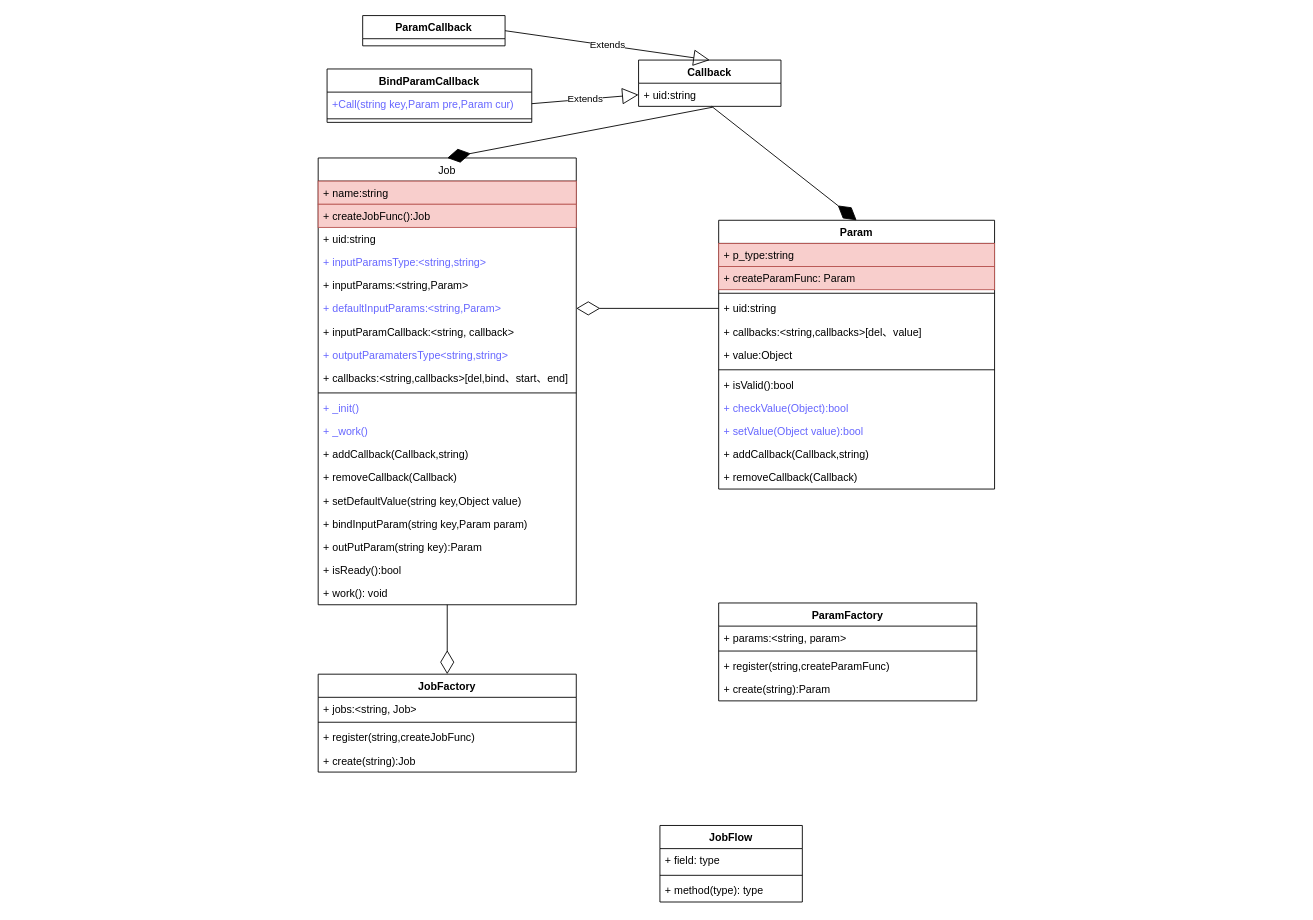
This is t.drawio from GameJim/resources, a draw.io file, before an edit. Source tidied: cells renumbered, new cells numbered last; positions are measured from the earlier drawing's top-left corner, leaving out a move shared by most shapes. Both pictures are drawn from the tidied source at 89%, with x=0, y=0 at pixel (318, 15).
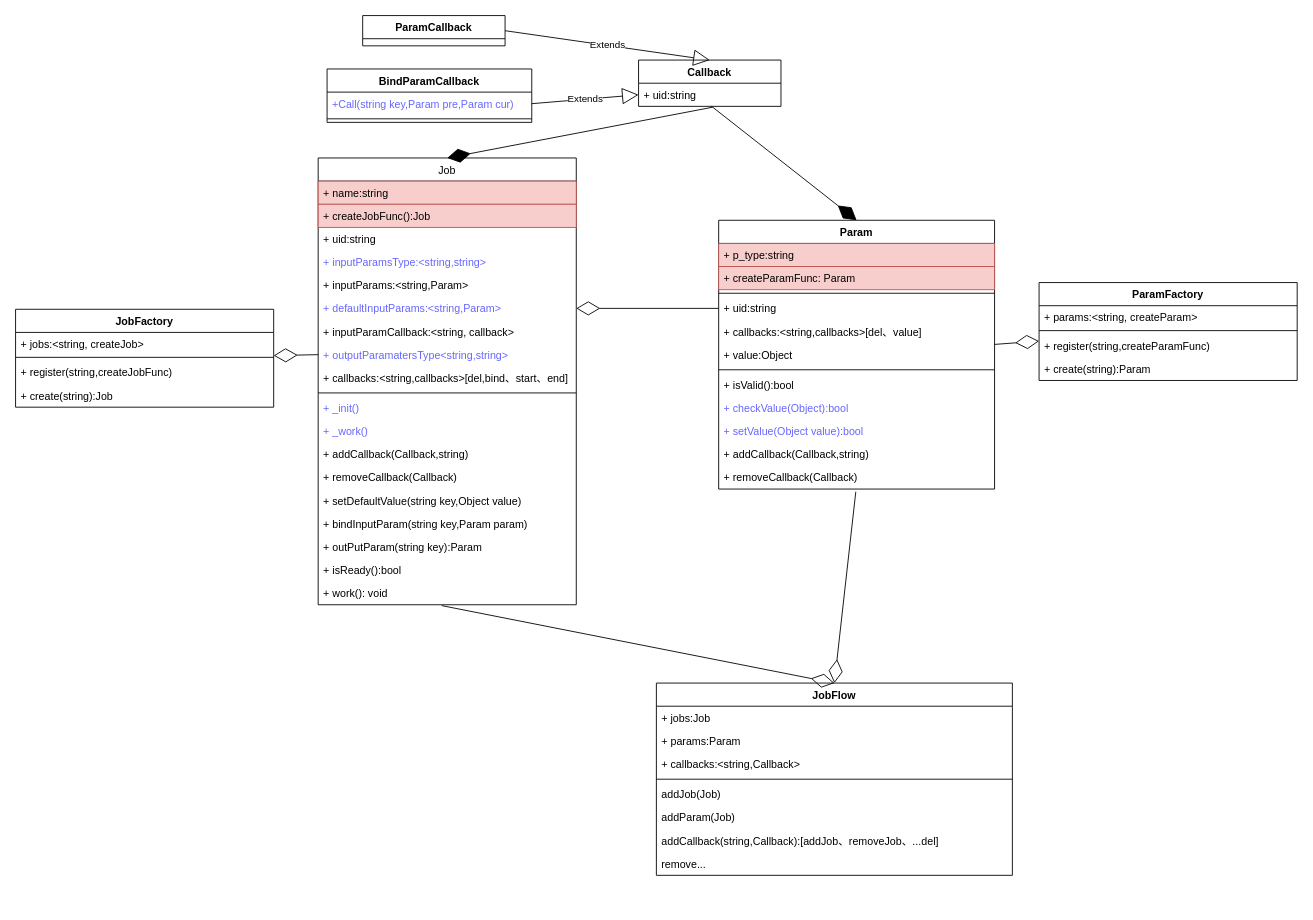
The same diagram, later.

Unchanged cells that the change refers to:
```xml
<mxCell id="10" value="+ outputParamatersType&lt;string,string&gt;" style="text;strokeColor=none;fillColor=none;align=left;verticalAlign=top;spacingLeft=4;spacingRight=4;overflow=hidden;points=[[0,0.5],[1,0.5]];portConstraint=eastwest;fontColor=#6666FF;" parent="2" vertex="1">
  <mxGeometry y="208" width="290" height="26" as="geometry" />
</mxCell>
<mxCell id="21" value="+ work(): void" style="text;strokeColor=none;fillColor=none;align=left;verticalAlign=top;spacingLeft=4;spacingRight=4;overflow=hidden;points=[[0,0.5],[1,0.5]];portConstraint=eastwest;fontColor=#000000;" parent="2" vertex="1">
  <mxGeometry y="476" width="290" height="26" as="geometry" />
</mxCell>
<mxCell id="28" value="+ value:Object" style="text;strokeColor=none;fillColor=none;align=left;verticalAlign=top;spacingLeft=4;spacingRight=4;overflow=hidden;points=[[0,0.5],[1,0.5]];portConstraint=eastwest;fontColor=#000000;" parent="22" vertex="1">
  <mxGeometry y="138" width="310" height="26" as="geometry" />
</mxCell>
<mxCell id="34" value="+ removeCallback(Callback)" style="text;strokeColor=none;fillColor=none;align=left;verticalAlign=top;spacingLeft=4;spacingRight=4;overflow=hidden;points=[[0,0.5],[1,0.5]];portConstraint=eastwest;fontColor=#000000;" parent="22" vertex="1">
  <mxGeometry y="276" width="310" height="26" as="geometry" />
</mxCell>
```

Diff of the diagram source:
```diff
@@
     <mxCell id="45" value="JobFactory" style="swimlane;fontStyle=1;align=center;verticalAlign=top;horizontal=1;startSize=26;fontColor=#000000;fillColor=default;" parent="1" vertex="1">
-      <mxGeometry y="740" width="290" height="110" as="geometry" />
+      <mxGeometry x="-340" y="330" width="290" height="110" as="geometry" />
     </mxCell>
-    <mxCell id="46" value="+ jobs:&lt;string, Job&gt;" style="text;strokeColor=none;fillColor=none;align=left;verticalAlign=top;spacingLeft=4;spacingRight=4;overflow=hidden;fontColor=#000000;" parent="45" vertex="1">
+    <mxCell id="46" value="+ jobs:&lt;string, createJob&gt;" style="text;strokeColor=none;fillColor=none;align=left;verticalAlign=top;spacingLeft=4;spacingRight=4;overflow=hidden;fontColor=#000000;" parent="45" vertex="1">
       <mxGeometry y="26" width="290" height="24" as="geometry" />
     </mxCell>
@@
-    <mxCell id="50" style="endArrow=diamondThin;endFill=0;endSize=24;html=1;rounded=0;fontColor=#6666FF;" parent="1" edge="1" source="21" target="45">
+    <mxCell id="50" style="endArrow=diamondThin;endFill=0;endSize=24;html=1;rounded=0;fontColor=#6666FF;exitX=0;exitY=0.5;exitDx=0;exitDy=0;" parent="1" edge="1" source="10" target="45">
       <mxGeometry relative="1" as="geometry" />
     </mxCell>
     <mxCell id="51" value="ParamFactory" style="swimlane;fontStyle=1;align=center;verticalAlign=top;horizontal=1;startSize=26;fontColor=#000000;fillColor=default;" parent="1" vertex="1">
-      <mxGeometry x="450" y="660" width="290" height="110" as="geometry" />
+      <mxGeometry x="810" y="300" width="290" height="110" as="geometry" />
     </mxCell>
-    <mxCell id="52" value="+ params:&lt;string, param&gt;" style="text;strokeColor=none;fillColor=none;align=left;verticalAlign=top;spacingLeft=4;spacingRight=4;overflow=hidden;fontColor=#000000;" parent="51" vertex="1">
+    <mxCell id="52" value="+ params:&lt;string, createParam&gt;" style="text;strokeColor=none;fillColor=none;align=left;verticalAlign=top;spacingLeft=4;spacingRight=4;overflow=hidden;fontColor=#000000;" parent="51" vertex="1">
       <mxGeometry y="26" width="290" height="24" as="geometry" />
     </mxCell>
@@
     <mxCell id="57" value="JobFlow" style="swimlane;fontStyle=1;align=center;verticalAlign=top;horizontal=1;startSize=26;" parent="1" vertex="1">
-      <mxGeometry x="384" y="910" width="160" height="86" as="geometry" />
+      <mxGeometry x="380" y="750" width="400" height="216" as="geometry" />
     </mxCell>
-    <mxCell id="58" value="+ field: type" style="text;strokeColor=none;fillColor=none;align=left;verticalAlign=top;spacingLeft=4;spacingRight=4;overflow=hidden;" parent="57" vertex="1">
-      <mxGeometry y="26" width="160" height="26" as="geometry" />
+    <mxCell id="58" value="+ jobs:Job" style="text;strokeColor=none;fillColor=none;align=left;verticalAlign=top;spacingLeft=4;spacingRight=4;overflow=hidden;" parent="57" vertex="1">
+      <mxGeometry y="26" width="400" height="26" as="geometry" />
     </mxCell>
+    <mxCell id="61" value="+ params:Param" style="text;strokeColor=none;fillColor=none;align=left;verticalAlign=top;spacingLeft=4;spacingRight=4;overflow=hidden;" parent="57" vertex="1">
+      <mxGeometry y="52" width="400" height="26" as="geometry" />
+    </mxCell>
+    <mxCell id="62" value="+ callbacks:&lt;string,Callback&gt;" style="text;strokeColor=none;fillColor=none;align=left;verticalAlign=top;spacingLeft=4;spacingRight=4;overflow=hidden;" parent="57" vertex="1">
+      <mxGeometry y="78" width="400" height="26" as="geometry" />
+    </mxCell>
     <mxCell id="59" style="line;strokeWidth=1;fillColor=none;align=left;verticalAlign=middle;spacingTop=-1;spacingLeft=3;spacingRight=3;labelPosition=right;" parent="57" vertex="1">
-      <mxGeometry y="52" width="160" height="8" as="geometry" />
+      <mxGeometry y="104" width="400" height="8" as="geometry" />
     </mxCell>
-    <mxCell id="60" value="+ method(type): type" style="text;strokeColor=none;fillColor=none;align=left;verticalAlign=top;spacingLeft=4;spacingRight=4;overflow=hidden;" parent="57" vertex="1">
-      <mxGeometry y="60" width="160" height="26" as="geometry" />
+    <mxCell id="60" value="addJob(Job)" style="text;strokeColor=none;fillColor=none;align=left;verticalAlign=top;spacingLeft=4;spacingRight=4;overflow=hidden;" parent="57" vertex="1">
+      <mxGeometry y="112" width="400" height="26" as="geometry" />
     </mxCell>
+    <mxCell id="63" value="addParam(Job)" style="text;strokeColor=none;fillColor=none;align=left;verticalAlign=top;spacingLeft=4;spacingRight=4;overflow=hidden;" parent="57" vertex="1">
+      <mxGeometry y="138" width="400" height="26" as="geometry" />
+    </mxCell>
+    <mxCell id="64" value="addCallback(string,Callback):[addJob、removeJob、...del]" style="text;strokeColor=none;fillColor=none;align=left;verticalAlign=top;spacingLeft=4;spacingRight=4;overflow=hidden;" parent="57" vertex="1">
+      <mxGeometry y="164" width="400" height="26" as="geometry" />
+    </mxCell>
+    <mxCell id="65" value="remove..." style="text;strokeColor=none;fillColor=none;align=left;verticalAlign=top;spacingLeft=4;spacingRight=4;overflow=hidden;" parent="57" vertex="1">
+      <mxGeometry y="190" width="400" height="26" as="geometry" />
+    </mxCell>
+    <mxCell id="66" style="endArrow=diamondThin;endFill=0;endSize=24;html=1;rounded=0;" parent="1" edge="1" source="28" target="51">
+      <mxGeometry relative="1" as="geometry" />
+    </mxCell>
+    <mxCell id="67" style="endArrow=diamondThin;endFill=0;endSize=24;html=1;rounded=0;exitX=0.479;exitY=1.038;exitDx=0;exitDy=0;exitPerimeter=0;entryX=0.5;entryY=0;entryDx=0;entryDy=0;" parent="1" edge="1" source="21" target="57">
+      <mxGeometry relative="1" as="geometry" />
+    </mxCell>
+    <mxCell id="68" style="endArrow=diamondThin;endFill=0;endSize=24;html=1;rounded=0;exitX=0.497;exitY=1.115;exitDx=0;exitDy=0;exitPerimeter=0;entryX=0.5;entryY=0;entryDx=0;entryDy=0;" parent="1" edge="1" source="34" target="57">
+      <mxGeometry relative="1" as="geometry" />
+    </mxCell>
```
